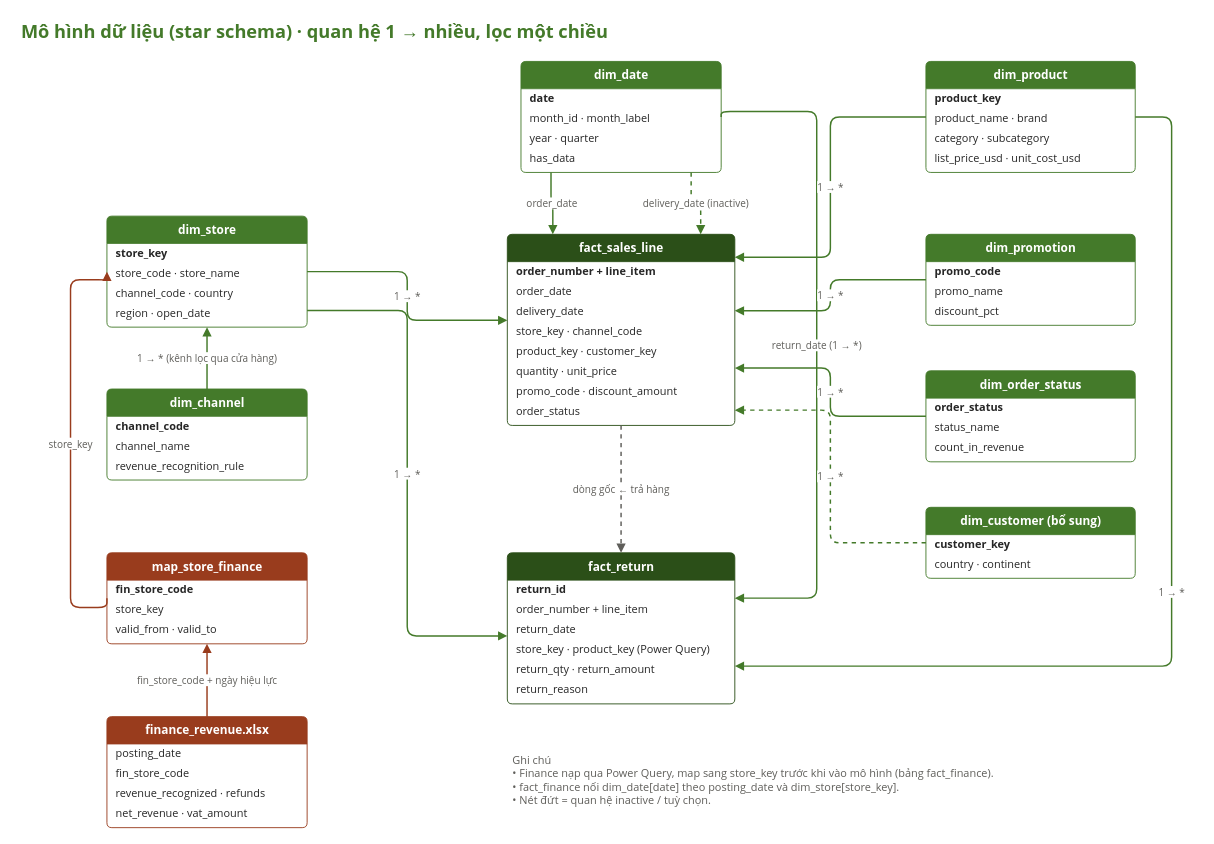
Above: Sales/Sales Data/Project 1/diagrams/02_mo_hinh_du_lieu.drawio in nguyennguyenphuc/eDA-Mentor (draw.io), before the change. Source tidied: cells renumbered, new cells numbered last; positions are measured from the earlier drawing's top-left corner, leaving out a move shared by most shapes. Both pictures are drawn from the tidied source at 91%, with x=0, y=0 at pixel (15, 15).
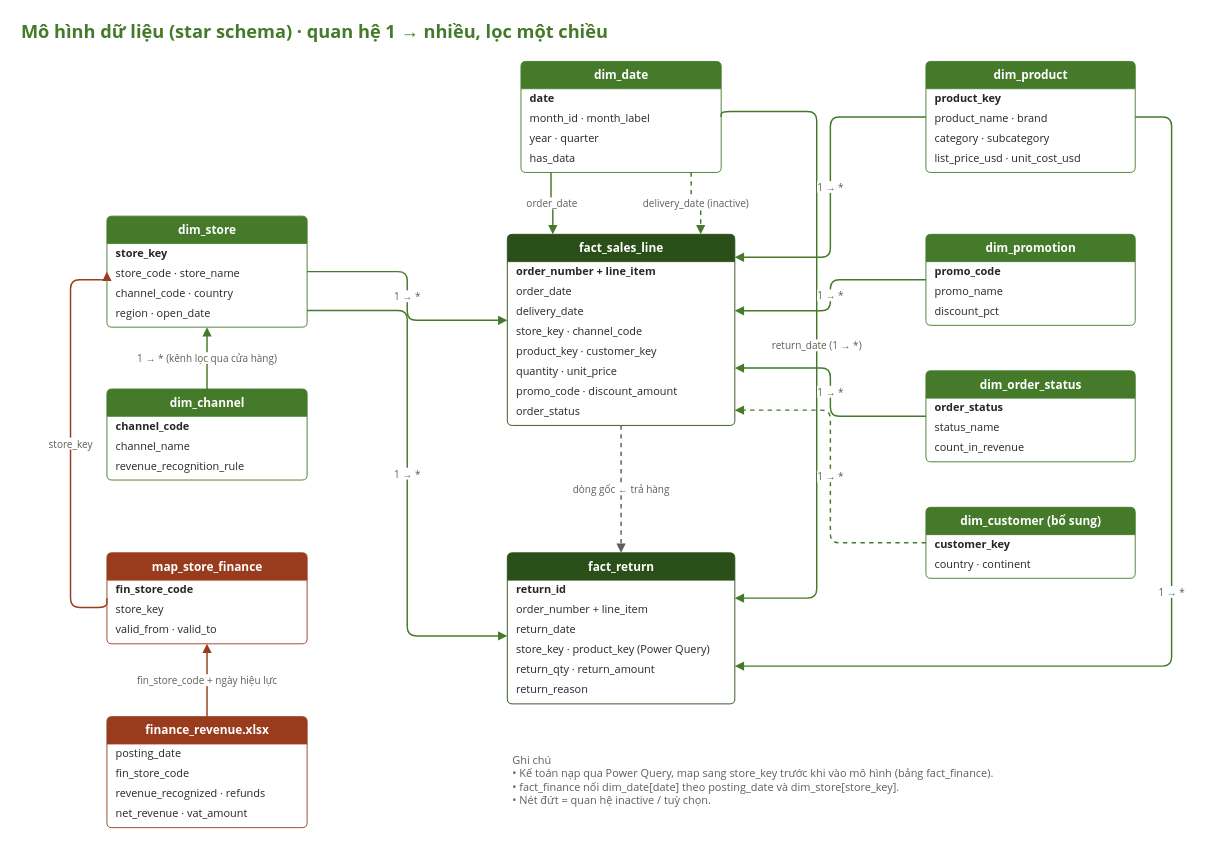
After the change.

Diff of the diagram source:
```diff
@@
-    <mxCell id="72" value="Ghi chú&lt;br&gt;• Finance nạp qua Power Query, map sang store_key trước khi vào mô hình (bảng fact_finance).&lt;br&gt;• fact_finance nối dim_date[date] theo posting_date và dim_store[store_key].&lt;br&gt;• Nét đứt = quan hệ inactive / tuỳ chọn." style="text;whiteSpace=wrap;html=1;fillColor=none;strokeColor=none;fontColor=#5F5E5A;fontSize=12;fontFamily=Segoe UI;align=left;verticalAlign=middle;spacing=6;" parent="1" vertex="1">
+    <mxCell id="72" value="Ghi chú&lt;br&gt;• Kế toán nạp qua Power Query, map sang store_key trước khi vào mô hình (bảng fact_finance).&lt;br&gt;• fact_finance nối dim_date[date] theo posting_date và dim_store[store_key].&lt;br&gt;• Nét đứt = quan hệ inactive / tuỳ chọn." style="text;whiteSpace=wrap;html=1;fillColor=none;strokeColor=none;fontColor=#5F5E5A;fontSize=12;fontFamily=Segoe UI;align=left;verticalAlign=middle;spacing=6;" parent="1" vertex="1">
       <mxGeometry x="540" y="790" width="700" height="100" as="geometry" />
     </mxCell>
```
